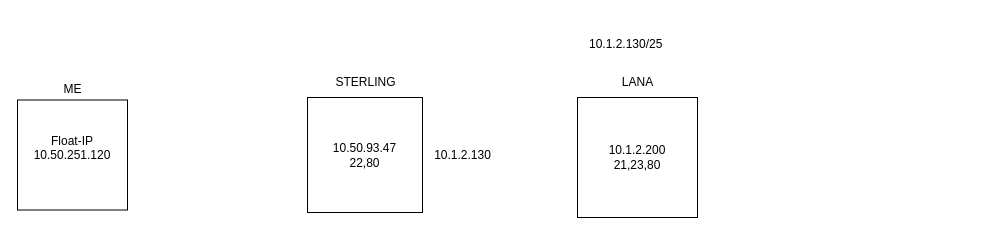
This is Untitled Diagram.drawio from conrod12/networking, a draw.io file, before an edit. Source tidied: cells renumbered, new cells numbered last; positions are measured from the earlier drawing's top-left corner, leaving out a move shared by most shapes. Both pictures are drawn from the tidied source at 100%, with x=0, y=0 at pixel (17, 30).
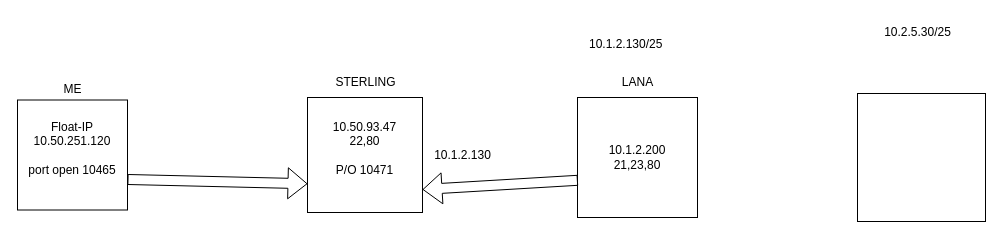
The same page after the edit.

Change to the diagram source:
```diff
@@
 <mxGraphModel>
   <root>
     <mxCell id="0" />
     <mxCell id="1" parent="0" />
-    <mxCell id="2" value="&lt;div&gt;Float-IP&lt;/div&gt;&lt;div&gt;10.50.251.120&lt;/div&gt;&lt;div&gt;&lt;br&gt;&lt;/div&gt;" style="whiteSpace=wrap;html=1;" parent="1" vertex="1">
+    <mxCell id="2" value="&lt;div&gt;Float-IP&lt;/div&gt;&lt;div&gt;10.50.251.120&lt;/div&gt;&lt;div&gt;&lt;br&gt;&lt;/div&gt;&lt;div&gt;port open 10465&lt;/div&gt;&lt;div&gt;&lt;br&gt;&lt;/div&gt;" style="whiteSpace=wrap;html=1;" parent="1" vertex="1">
       <mxGeometry y="69.5" width="110" height="110" as="geometry" />
     </mxCell>
     <mxCell id="3" value="ME" style="text;html=1;align=center;verticalAlign=middle;strokeColor=none;fillColor=none;" parent="1" vertex="1">
       <mxGeometry x="35" y="44" width="40" height="30" as="geometry" />
     </mxCell>
-    <mxCell id="4" value="10.50.93.47&lt;div&gt;22,80&lt;/div&gt;" style="whiteSpace=wrap;html=1;" parent="1" vertex="1">
+    <mxCell id="4" value="10.50.93.47&lt;div&gt;22,80&lt;/div&gt;&lt;div&gt;&lt;br&gt;&lt;/div&gt;&lt;div&gt;P/O&amp;nbsp;&lt;span style=&quot;background-color: transparent; color: light-dark(rgb(0, 0, 0), rgb(255, 255, 255));&quot;&gt;10471&lt;/span&gt;&lt;/div&gt;&lt;div&gt;&lt;br&gt;&lt;/div&gt;" style="whiteSpace=wrap;html=1;" parent="1" vertex="1">
       <mxGeometry x="290" y="67" width="115" height="115" as="geometry" />
     </mxCell>
     <mxCell id="5" value="STERLING" style="text;html=1;align=center;verticalAlign=middle;strokeColor=none;fillColor=none;" parent="1" vertex="1">
       <mxGeometry x="307.5" y="37" width="80" height="30" as="geometry" />
     </mxCell>
     <mxCell id="6" value="10.1.2.130/25" style="text;whiteSpace=wrap;html=1;" parent="1" vertex="1">
       <mxGeometry x="570" width="110" height="40" as="geometry" />
     </mxCell>
     <mxCell id="7" value="10.1.2.200&lt;div&gt;21,23,80&lt;/div&gt;" style="whiteSpace=wrap;html=1;" parent="1" vertex="1">
       <mxGeometry x="560" y="67" width="120" height="120" as="geometry" />
     </mxCell>
     <mxCell id="8" value="10.1.2.130" style="text;html=1;align=center;verticalAlign=middle;strokeColor=none;fillColor=none;" parent="1" vertex="1">
       <mxGeometry x="405" y="109.5" width="80" height="30" as="geometry" />
     </mxCell>
     <mxCell id="9" value="LANA" style="text;html=1;align=center;verticalAlign=middle;strokeColor=none;fillColor=none;" parent="1" vertex="1">
       <mxGeometry x="595" y="37" width="50" height="30" as="geometry" />
     </mxCell>
+    <mxCell id="10" style="whiteSpace=wrap;html=1;" parent="1" vertex="1">
+      <mxGeometry x="840" y="63" width="128" height="128" as="geometry" />
+    </mxCell>
+    <mxCell id="11" value="10.2.5.30/25" style="text;html=1;align=center;verticalAlign=middle;strokeColor=none;fillColor=none;" parent="1" vertex="1">
+      <mxGeometry x="855" y="-13" width="90" height="30" as="geometry" />
+    </mxCell>
+    <mxCell id="12" style="shape=flexArrow;endArrow=classic;html=1;rounded=0;exitX=0.003;exitY=0.69;exitDx=0;exitDy=0;exitPerimeter=0;" parent="1" edge="1" source="7">
+      <mxGeometry relative="1" as="geometry">
+        <mxPoint x="405" y="159" as="targetPoint" />
+      </mxGeometry>
+    </mxCell>
+    <mxCell id="13" style="shape=flexArrow;endArrow=classic;html=1;rounded=0;entryX=0;entryY=0.75;entryDx=0;entryDy=0;" parent="1" edge="1" target="4">
+      <mxGeometry relative="1" as="geometry">
+        <mxPoint x="110" y="149" as="sourcePoint" />
+      </mxGeometry>
+    </mxCell>
   </root>
 </mxGraphModel>
```
